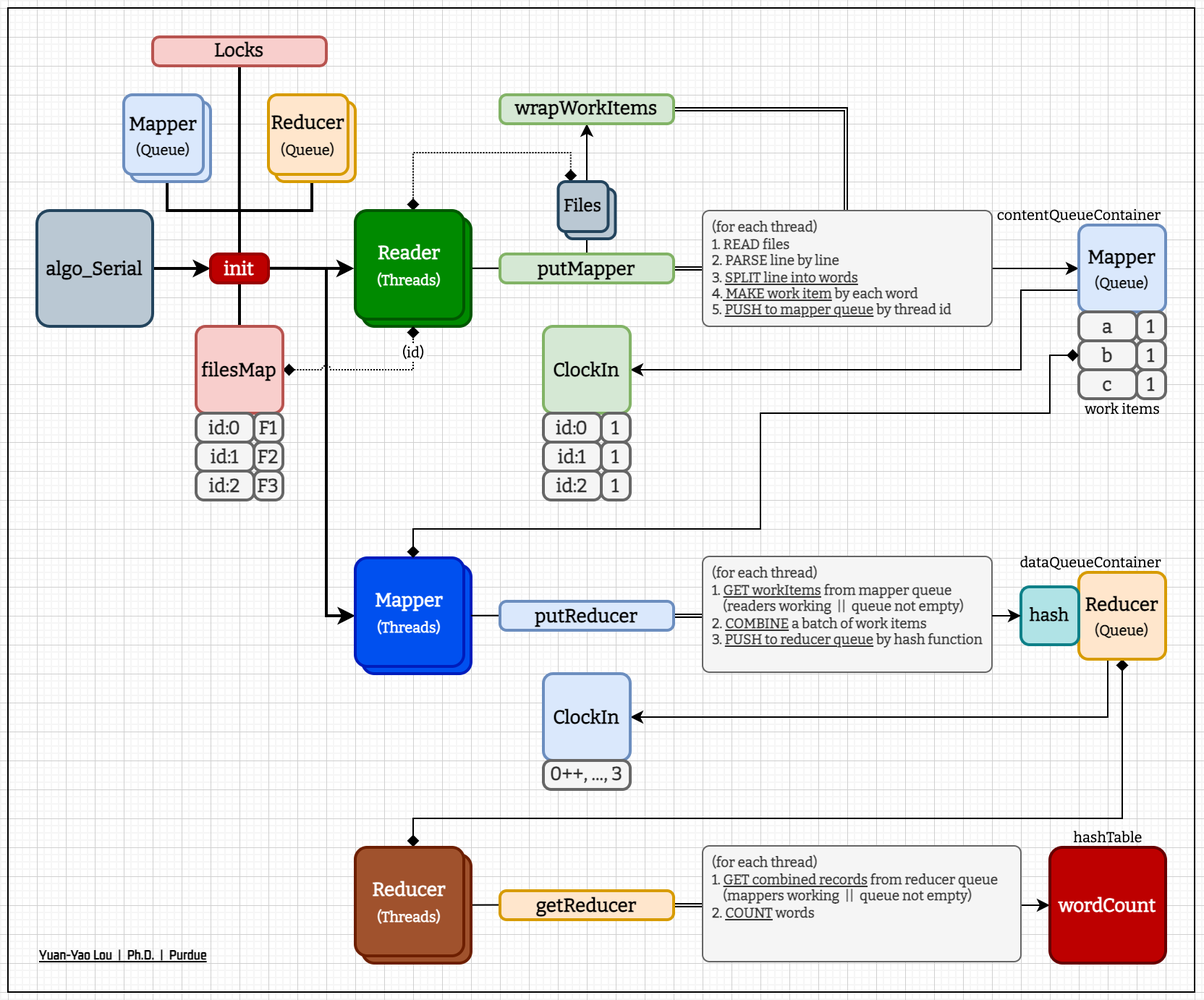
yylou/purdue-ece keeps this draw.io diagram as ECE-56300/project/fig/Algorithms.png. Above is the earlier version. Source tidied: cells renumbered, new cells last; positions are measured from the earlier drawing's top-left corner, leaving out a move shared by most shapes.
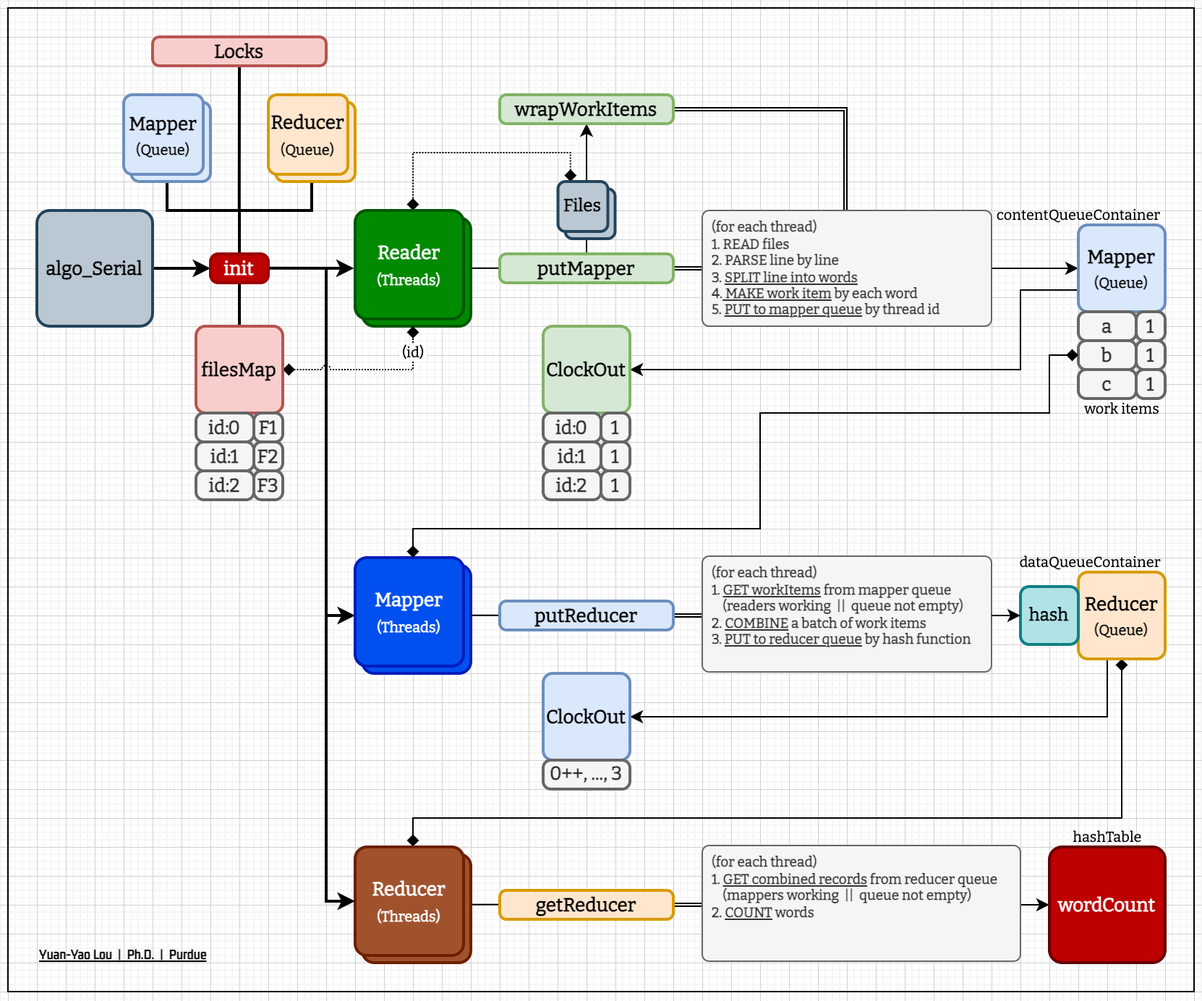
Later version of the same file.

The edit, as a diff of the source:
```diff
@@ -7,7 +7,7 @@
     </mxCell>
     <mxCell id="3" style="edgeStyle=orthogonalEdgeStyle;rounded=0;jumpStyle=arc;jettySize=auto;html=1;entryX=0;entryY=0.533;entryDx=0;entryDy=0;strokeColor=#000000;strokeWidth=2;fontFamily=Bitter;fontSource=https%3A%2F%2Ffonts.googleapis.com%2Fcss%3Ffamily%3DBitter;fontSize=7;fontColor=#000000;startArrow=none;startFill=0;endArrow=classic;endFill=1;entryPerimeter=0;" parent="1" edge="1" target="59">
       <mxGeometry relative="1" as="geometry">
-        <mxPoint x="205" y="180" as="sourcePoint" />
+        <mxPoint x="220" y="180" as="sourcePoint" />
         <Array as="points">
           <mxPoint x="220" y="180" />
           <mxPoint x="220" y="420" />
@@ -178,7 +178,7 @@
     <mxCell id="43" value="&lt;font face=&quot;Bitter&quot; style=&quot;font-size: 13px;&quot;&gt;1&lt;/font&gt;" style="rounded=1;whiteSpace=wrap;html=1;fontStyle=1;fillColor=#f5f5f5;strokeColor=#666666;fontSize=16;strokeWidth=2;arcSize=27;spacingTop=-1;fontColor=#333333;" parent="1" vertex="1">
       <mxGeometry x="780" y="250" width="20" height="20" as="geometry" />
     </mxCell>
-    <mxCell id="44" value="&lt;font face=&quot;Bitter&quot;&gt;&lt;span style=&quot;font-size: 13px;&quot;&gt;ClockIn&lt;/span&gt;&lt;/font&gt;" style="rounded=1;whiteSpace=wrap;html=1;fontStyle=1;fillColor=#d5e8d4;strokeColor=#82b366;fontSize=14;strokeWidth=2;arcSize=11;" parent="1" vertex="1">
+    <mxCell id="44" value="&lt;font face=&quot;Bitter&quot;&gt;&lt;span style=&quot;font-size: 13px;&quot;&gt;ClockOut&lt;/span&gt;&lt;/font&gt;" style="rounded=1;whiteSpace=wrap;html=1;fontStyle=1;fillColor=#d5e8d4;strokeColor=#82b366;fontSize=14;strokeWidth=2;arcSize=11;" parent="1" vertex="1">
       <mxGeometry x="370" y="220" width="60" height="60" as="geometry" />
     </mxCell>
     <mxCell id="45" value="&lt;font face=&quot;Bitter&quot; style=&quot;font-size: 13px;&quot;&gt;id:0&lt;/font&gt;" style="rounded=1;whiteSpace=wrap;html=1;fontStyle=1;fillColor=#f5f5f5;strokeColor=#666666;fontSize=16;strokeWidth=2;arcSize=27;spacingTop=-1;fontColor=#333333;" parent="1" vertex="1">
@@ -255,7 +255,7 @@
     <mxCell id="65" value="&lt;font face=&quot;Bitter&quot; style=&quot;font-size: 13px;&quot;&gt;putReducer&lt;/font&gt;" style="rounded=1;whiteSpace=wrap;html=1;fontStyle=1;fillColor=#dae8fc;strokeColor=#6c8ebf;fontSize=16;strokeWidth=2;arcSize=23;spacingTop=-1;" parent="1" vertex="1">
       <mxGeometry x="340" y="410" width="120" height="20" as="geometry" />
     </mxCell>
-    <mxCell id="66" value="&lt;div style=&quot;font-size: 9.5px;&quot;&gt;&lt;div&gt;&lt;font style=&quot;font-size: 9.5px;&quot; face=&quot;Bitter&quot;&gt;(for each thread)&lt;/font&gt;&lt;/div&gt;&lt;div&gt;&lt;font style=&quot;font-size: 9.5px;&quot; face=&quot;Bitter&quot;&gt;1. &lt;u&gt;GET workItems&lt;/u&gt; from mapper queue&lt;br&gt;&amp;nbsp; &amp;nbsp; (readers working&amp;nbsp; ||&amp;nbsp; queue not empty)&lt;/font&gt;&lt;/div&gt;&lt;div&gt;&lt;font style=&quot;font-size: 9.5px;&quot; face=&quot;Bitter&quot;&gt;2. &lt;u&gt;COMBINE&lt;/u&gt;&amp;nbsp;a batch of work items&lt;/font&gt;&lt;/div&gt;&lt;div&gt;&lt;span style=&quot;font-family: Bitter;&quot;&gt;3.&amp;nbsp;&lt;/span&gt;&lt;u style=&quot;font-family: Bitter;&quot;&gt;PUSH to reducer queue&lt;/u&gt;&lt;span style=&quot;font-family: Bitter;&quot;&gt;&amp;nbsp;by hash function&lt;/span&gt;&lt;font style=&quot;font-size: 9.5px;&quot; face=&quot;Bitter&quot;&gt;&lt;br&gt;&lt;/font&gt;&lt;/div&gt;&lt;div&gt;&lt;br&gt;&lt;/div&gt;&lt;/div&gt;" style="rounded=1;html=1;fontStyle=1;fontSize=14;strokeWidth=1;fillColor=#f5f5f5;strokeColor=#666666;arcSize=6;align=left;spacing=2;spacingTop=1;spacingLeft=5;spacingRight=5;fontColor=#333333;" parent="1" vertex="1">
+    <mxCell id="66" value="&lt;div style=&quot;font-size: 9.5px;&quot;&gt;&lt;div&gt;&lt;font style=&quot;font-size: 9.5px;&quot; face=&quot;Bitter&quot;&gt;(for each thread)&lt;/font&gt;&lt;/div&gt;&lt;div&gt;&lt;font style=&quot;font-size: 9.5px;&quot; face=&quot;Bitter&quot;&gt;1. &lt;u&gt;GET workItems&lt;/u&gt; from mapper queue&lt;br&gt;&amp;nbsp; &amp;nbsp; (readers working&amp;nbsp; ||&amp;nbsp; queue not empty)&lt;/font&gt;&lt;/div&gt;&lt;div&gt;&lt;font style=&quot;font-size: 9.5px;&quot; face=&quot;Bitter&quot;&gt;2. &lt;u&gt;COMBINE&lt;/u&gt;&amp;nbsp;a batch of work items&lt;/font&gt;&lt;/div&gt;&lt;div&gt;&lt;span style=&quot;font-family: Bitter;&quot;&gt;3.&amp;nbsp;&lt;/span&gt;&lt;u style=&quot;font-family: Bitter;&quot;&gt;PUT to reducer queue&lt;/u&gt;&lt;span style=&quot;font-family: Bitter;&quot;&gt;&amp;nbsp;by hash function&lt;/span&gt;&lt;font style=&quot;font-size: 9.5px;&quot; face=&quot;Bitter&quot;&gt;&lt;br&gt;&lt;/font&gt;&lt;/div&gt;&lt;div&gt;&lt;br&gt;&lt;/div&gt;&lt;/div&gt;" style="rounded=1;html=1;fontStyle=1;fontSize=14;strokeWidth=1;fillColor=#f5f5f5;strokeColor=#666666;arcSize=6;align=left;spacing=2;spacingTop=1;spacingLeft=5;spacingRight=5;fontColor=#333333;" parent="1" vertex="1">
       <mxGeometry x="480" y="379" width="200" height="80" as="geometry" />
     </mxCell>
     <mxCell id="67" style="edgeStyle=orthogonalEdgeStyle;rounded=0;jumpStyle=arc;jettySize=auto;html=1;entryX=0;entryY=0.5;entryDx=0;entryDy=0;strokeColor=#000000;strokeWidth=1;fontFamily=Bitter;fontSource=https%3A%2F%2Ffonts.googleapis.com%2Fcss%3Ffamily%3DBitter;fontSize=7;fontColor=#000000;startArrow=diamond;startFill=1;endArrow=diamond;endFill=1;" parent="1" edge="1" source="59" target="40">
@@ -317,10 +317,10 @@
     <mxCell id="77" value="&lt;font face=&quot;Bitter&quot; style=&quot;font-size: 13px;&quot;&gt;wrapWorkItems&lt;/font&gt;" style="rounded=1;whiteSpace=wrap;html=1;fontStyle=1;fillColor=#d5e8d4;strokeColor=#82b366;fontSize=16;strokeWidth=2;arcSize=23;spacingTop=-1;" parent="1" vertex="1">
       <mxGeometry x="340" y="60" width="120" height="20" as="geometry" />
     </mxCell>
-    <mxCell id="78" value="&lt;div style=&quot;font-size: 9.5px;&quot;&gt;&lt;div&gt;&lt;font style=&quot;font-size: 9.5px;&quot; face=&quot;Bitter&quot;&gt;(for each thread)&lt;/font&gt;&lt;/div&gt;&lt;div&gt;&lt;font style=&quot;font-size: 9.5px;&quot; face=&quot;Bitter&quot;&gt;1. READ files&amp;nbsp;&lt;/font&gt;&lt;/div&gt;&lt;div&gt;&lt;font style=&quot;font-size: 9.5px;&quot; face=&quot;Bitter&quot;&gt;2. PARSE line by line&lt;/font&gt;&lt;/div&gt;&lt;div&gt;&lt;font style=&quot;font-size: 9.5px;&quot; face=&quot;Bitter&quot;&gt;3. &lt;u&gt;SPLIT line into words&lt;/u&gt;&lt;/font&gt;&lt;/div&gt;&lt;div&gt;&lt;font style=&quot;font-size: 9.5px;&quot; face=&quot;Bitter&quot;&gt;4.&lt;u&gt; MAKE work item&lt;/u&gt; by each word&lt;/font&gt;&lt;/div&gt;&lt;div&gt;&lt;font style=&quot;font-size: 9.5px;&quot; face=&quot;Bitter&quot;&gt;5. &lt;u&gt;PUSH to mapper queue&lt;/u&gt; by thread id&lt;/font&gt;&lt;/div&gt;&lt;/div&gt;" style="rounded=1;html=1;fontStyle=1;fontSize=14;strokeWidth=1;fillColor=#f5f5f5;strokeColor=#666666;arcSize=6;align=left;spacing=2;spacingTop=1;spacingLeft=5;spacingRight=5;fontColor=#333333;" parent="1" vertex="1">
+    <mxCell id="78" value="&lt;div style=&quot;font-size: 9.5px;&quot;&gt;&lt;div&gt;&lt;font style=&quot;font-size: 9.5px;&quot; face=&quot;Bitter&quot;&gt;(for each thread)&lt;/font&gt;&lt;/div&gt;&lt;div&gt;&lt;font style=&quot;font-size: 9.5px;&quot; face=&quot;Bitter&quot;&gt;1. READ files&amp;nbsp;&lt;/font&gt;&lt;/div&gt;&lt;div&gt;&lt;font style=&quot;font-size: 9.5px;&quot; face=&quot;Bitter&quot;&gt;2. PARSE line by line&lt;/font&gt;&lt;/div&gt;&lt;div&gt;&lt;font style=&quot;font-size: 9.5px;&quot; face=&quot;Bitter&quot;&gt;3. &lt;u&gt;SPLIT line into words&lt;/u&gt;&lt;/font&gt;&lt;/div&gt;&lt;div&gt;&lt;font style=&quot;font-size: 9.5px;&quot; face=&quot;Bitter&quot;&gt;4.&lt;u&gt; MAKE work item&lt;/u&gt; by each word&lt;/font&gt;&lt;/div&gt;&lt;div&gt;&lt;font style=&quot;font-size: 9.5px;&quot; face=&quot;Bitter&quot;&gt;5. &lt;u&gt;PUT to mapper queue&lt;/u&gt; by thread id&lt;/font&gt;&lt;/div&gt;&lt;/div&gt;" style="rounded=1;html=1;fontStyle=1;fontSize=14;strokeWidth=1;fillColor=#f5f5f5;strokeColor=#666666;arcSize=6;align=left;spacing=2;spacingTop=1;spacingLeft=5;spacingRight=5;fontColor=#333333;" parent="1" vertex="1">
       <mxGeometry x="480" y="140" width="200" height="80" as="geometry" />
     </mxCell>
-    <mxCell id="79" value="&lt;font face=&quot;Bitter&quot;&gt;&lt;span style=&quot;font-size: 13px;&quot;&gt;ClockIn&lt;/span&gt;&lt;/font&gt;" style="rounded=1;whiteSpace=wrap;html=1;fontStyle=1;fillColor=#dae8fc;strokeColor=#6c8ebf;fontSize=14;strokeWidth=2;arcSize=11;" parent="1" vertex="1">
+    <mxCell id="79" value="&lt;font face=&quot;Bitter&quot;&gt;&lt;span style=&quot;font-size: 13px;&quot;&gt;ClockOut&lt;/span&gt;&lt;/font&gt;" style="rounded=1;whiteSpace=wrap;html=1;fontStyle=1;fillColor=#dae8fc;strokeColor=#6c8ebf;fontSize=14;strokeWidth=2;arcSize=11;" parent="1" vertex="1">
       <mxGeometry x="370" y="460" width="60" height="60" as="geometry" />
     </mxCell>
     <mxCell id="80" value="&lt;font face=&quot;Bitter&quot; style=&quot;font-size: 13px;&quot;&gt;0++, ..., 3&lt;/font&gt;" style="rounded=1;whiteSpace=wrap;html=1;fontStyle=1;fillColor=#f5f5f5;strokeColor=#666666;fontSize=16;strokeWidth=2;arcSize=27;spacingTop=-1;fontColor=#333333;" parent="1" vertex="1">
@@ -375,5 +375,13 @@
     <mxCell id="93" value="&lt;div style=&quot;font-size: 9.5px;&quot;&gt;&lt;div&gt;&lt;font style=&quot;font-size: 9.5px;&quot; face=&quot;Bitter&quot;&gt;(for each thread)&lt;/font&gt;&lt;/div&gt;&lt;div&gt;&lt;font style=&quot;font-size: 9.5px;&quot; face=&quot;Bitter&quot;&gt;1. &lt;u&gt;GET combined records&lt;/u&gt; from reducer queue&lt;br&gt;&lt;/font&gt;&lt;span style=&quot;font-family: Bitter;&quot;&gt;&amp;nbsp; &amp;nbsp; (mappers working&amp;nbsp; ||&amp;nbsp; queue not empty)&lt;/span&gt;&lt;font style=&quot;font-size: 9.5px;&quot; face=&quot;Bitter&quot;&gt;&lt;br&gt;&lt;/font&gt;&lt;/div&gt;&lt;div&gt;&lt;font style=&quot;font-size: 9.5px;&quot; face=&quot;Bitter&quot;&gt;2. &lt;u&gt;COUNT&lt;/u&gt;&amp;nbsp;words&lt;/font&gt;&lt;/div&gt;&lt;div&gt;&lt;font style=&quot;font-size: 9.5px;&quot; face=&quot;Bitter&quot;&gt;&lt;br&gt;&lt;/font&gt;&lt;/div&gt;&lt;div&gt;&lt;br&gt;&lt;/div&gt;&lt;/div&gt;" style="rounded=1;html=1;fontStyle=1;fontSize=14;strokeWidth=1;fillColor=#f5f5f5;strokeColor=#666666;arcSize=6;align=left;spacing=2;spacingTop=1;spacingLeft=5;spacingRight=5;fontColor=#333333;" parent="1" vertex="1">
       <mxGeometry x="480" y="579" width="220" height="80" as="geometry" />
     </mxCell>
+    <mxCell id="94" style="edgeStyle=orthogonalEdgeStyle;rounded=0;jumpStyle=arc;jettySize=auto;html=1;entryX=0;entryY=0.5;entryDx=0;entryDy=0;strokeColor=#000000;strokeWidth=2;fontFamily=Bitter;fontSource=https%3A%2F%2Ffonts.googleapis.com%2Fcss%3Ffamily%3DBitter;fontSize=7;fontColor=#000000;startArrow=none;startFill=0;endArrow=classic;endFill=1;" parent="1" edge="1" target="91">
+      <mxGeometry relative="1" as="geometry">
+        <mxPoint x="220" y="421" as="sourcePoint" />
+        <Array as="points">
+          <mxPoint x="220" y="617" />
+        </Array>
+      </mxGeometry>
+    </mxCell>
   </root>
 </mxGraphModel>
```
